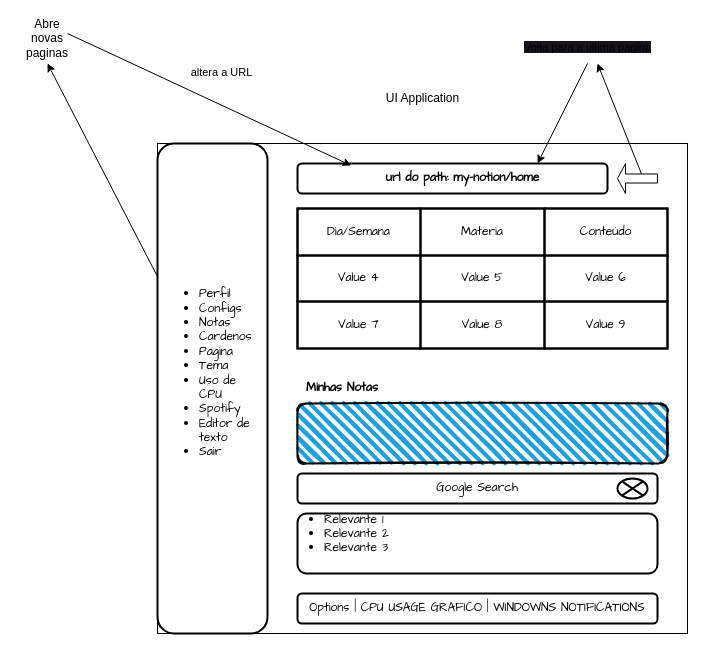
Before: Notation-app/ui.dio in PedroVictor022/MyNotations-Desktop, a draw.io diagram. Source tidied: cells renumbered, new cells numbered last; positions are measured from the earlier drawing's top-left corner, leaving out a move shared by most shapes. Both pictures are drawn from the tidied source at 100%, with x=0, y=0 at pixel (17, 23).
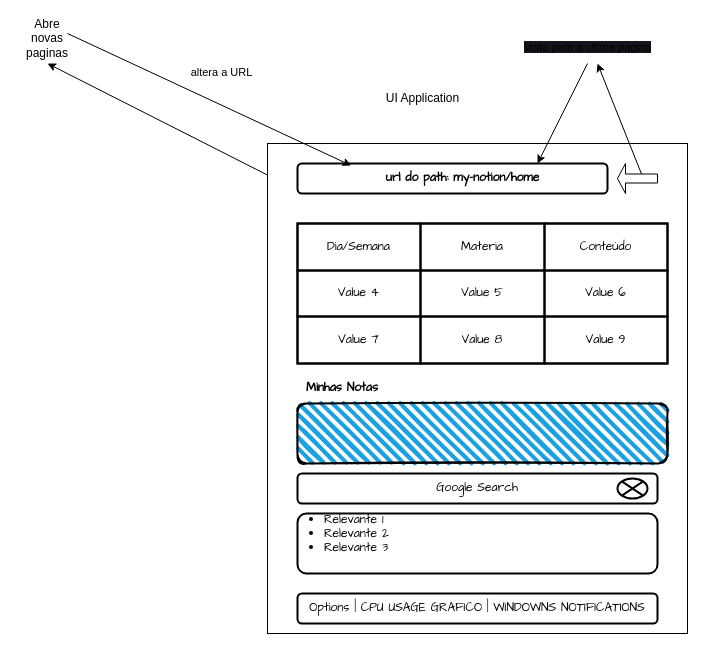
The same diagram, later.

Diff of the diagram source:
```diff
@@
     <mxCell id="2" style="rounded=0;whiteSpace=wrap;html=1;" parent="1" vertex="1">
-      <mxGeometry x="140" y="120" width="530" height="490" as="geometry" />
+      <mxGeometry x="250" y="120" width="420" height="490" as="geometry" />
     </mxCell>
@@
-    <mxCell id="6" style="rounded=1;whiteSpace=wrap;html=1;strokeWidth=2;fontFamily=Comic Sans MS;" parent="1" vertex="1">
-      <mxGeometry x="140" y="120" width="110" height="490" as="geometry" />
-    </mxCell>
-    <mxCell id="7" style="edgeStyle=none;html=1;" parent="1" edge="1" source="8">
+    <mxCell id="7" style="edgeStyle=none;html=1;exitX=-0.001;exitY=0.064;exitDx=0;exitDy=0;exitPerimeter=0;" parent="1" edge="1" source="2">
       <mxGeometry relative="1" as="geometry">
         <mxPoint x="30" y="40" as="targetPoint" />
       </mxGeometry>
     </mxCell>
-    <mxCell id="8" value="&lt;ul&gt;&lt;li&gt;Perfil&lt;/li&gt;&lt;li&gt;Configs&lt;/li&gt;&lt;li&gt;Notas&lt;/li&gt;&lt;li&gt;Cardenos&lt;/li&gt;&lt;li&gt;Pagina&lt;/li&gt;&lt;li&gt;Tema&lt;/li&gt;&lt;li&gt;Uso de CPU&lt;/li&gt;&lt;li&gt;Spotify&lt;/li&gt;&lt;li&gt;Editor de texto&lt;/li&gt;&lt;li&gt;Sair&lt;/li&gt;&lt;/ul&gt;" style="text;strokeColor=none;fillColor=none;html=1;whiteSpace=wrap;verticalAlign=middle;overflow=hidden;strokeWidth=2;fontFamily=Comic Sans MS;" parent="1" vertex="1">
-      <mxGeometry x="140" y="245" width="100" height="210" as="geometry" />
-    </mxCell>
     <mxCell id="9" style="childLayout=tableLayout;shadow=0;fillColor=none;strokeWidth=2;fontFamily=Comic Sans MS;" parent="1" vertex="1">
-      <mxGeometry x="280" y="185" width="370" height="140" as="geometry" />
+      <mxGeometry x="280" y="200" width="370" height="140" as="geometry" />
     </mxCell>
```
